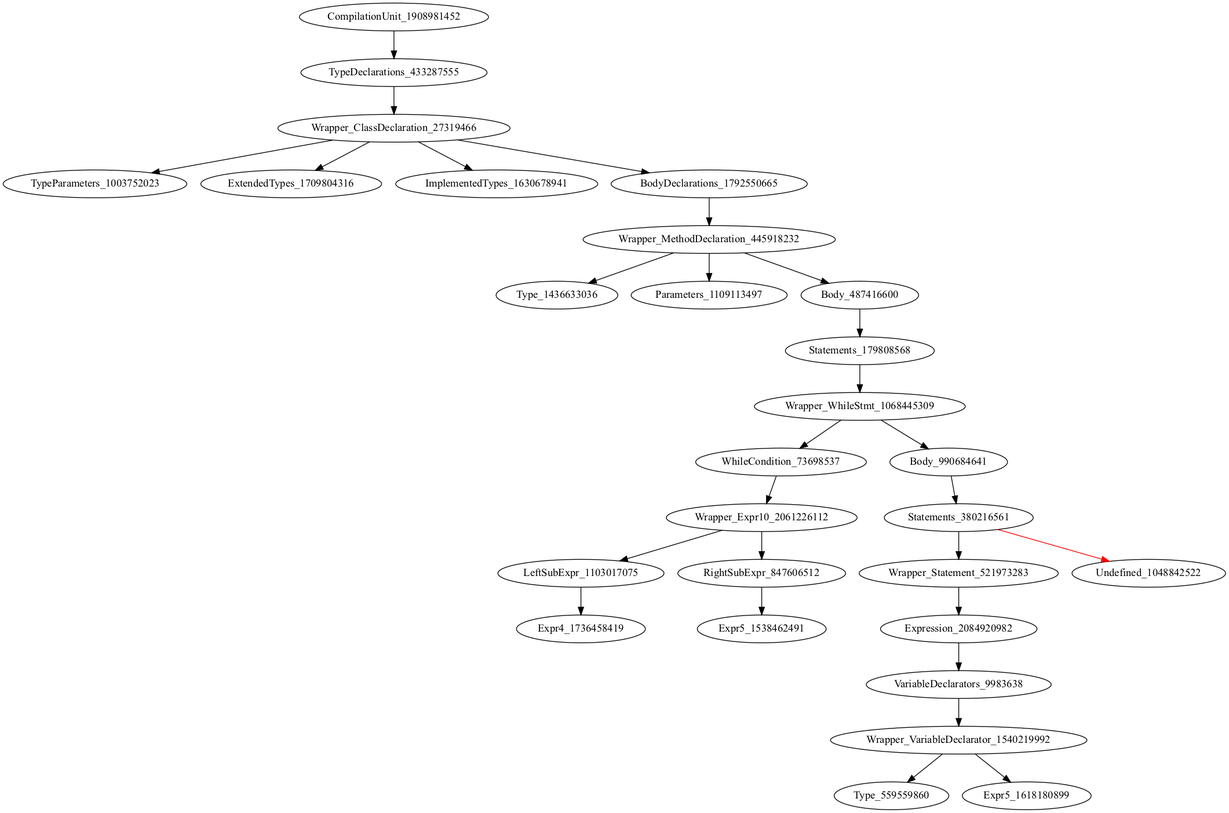
The Graphviz diagram holeAST.png in icse2023material/VoiceJava, before a commit. Its source is kept beside it as holeAST.dot.
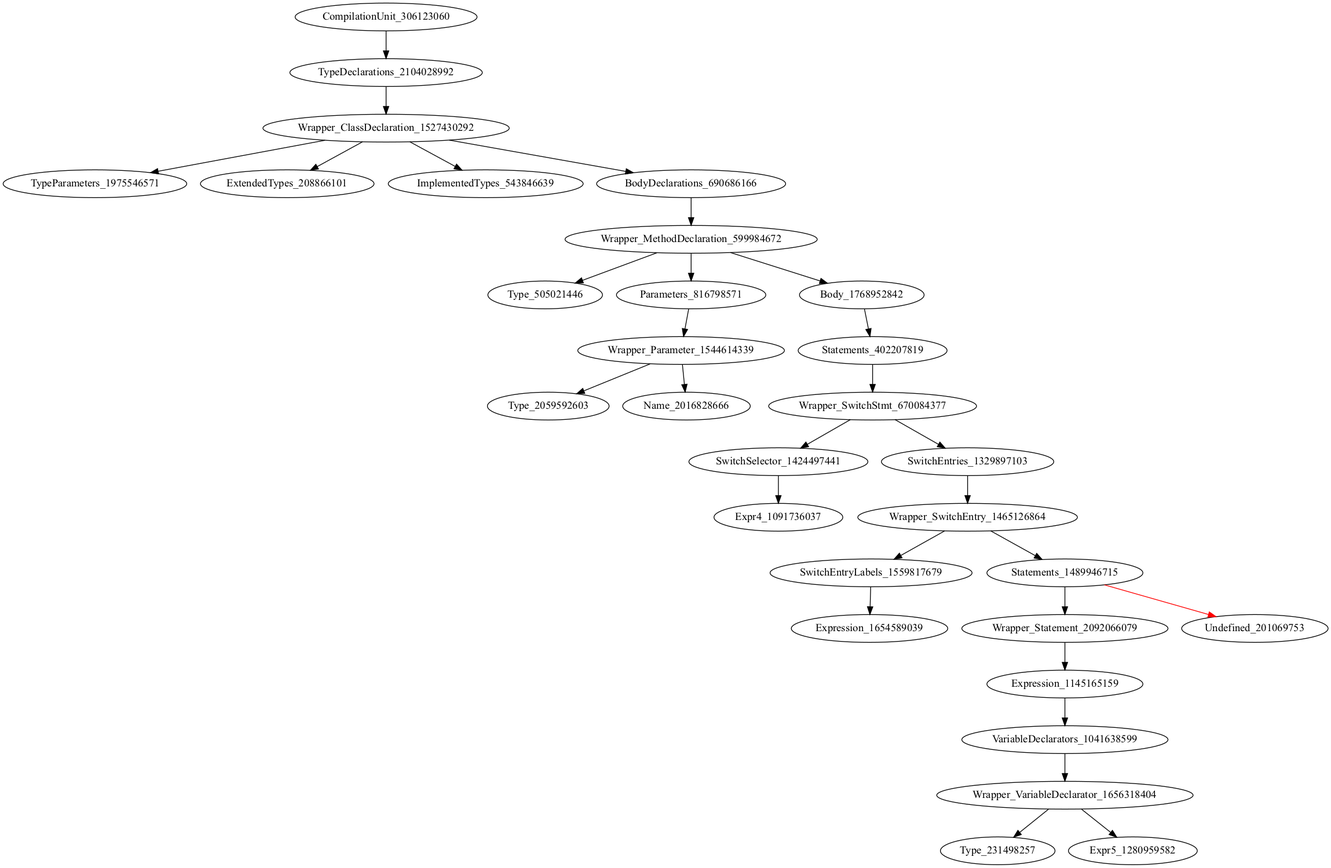
Above is the later version.

Commit message:
[fix] SwitchEntry support define local variables

Diff of the diagram source:
```diff
@@ -1,29 +1,31 @@
 digraph {
-CompilationUnit_1908981452 -> TypeDeclarations_433287555
-TypeDeclarations_433287555 -> Wrapper_ClassDeclaration_27319466
-Wrapper_ClassDeclaration_27319466 -> TypeParameters_1003752023
-Wrapper_ClassDeclaration_27319466 -> ExtendedTypes_1709804316
-Wrapper_ClassDeclaration_27319466 -> ImplementedTypes_1630678941
-Wrapper_ClassDeclaration_27319466 -> BodyDeclarations_1792550665
-BodyDeclarations_1792550665 -> Wrapper_MethodDeclaration_445918232
-Wrapper_MethodDeclaration_445918232 -> Type_1436633036
-Wrapper_MethodDeclaration_445918232 -> Parameters_1109113497
-Wrapper_MethodDeclaration_445918232 -> Body_487416600
-Body_487416600 -> Statements_179808568
-Statements_179808568 -> Wrapper_WhileStmt_1068445309
-Wrapper_WhileStmt_1068445309 -> WhileCondition_73698537
-Wrapper_WhileStmt_1068445309 -> Body_990684641
-WhileCondition_73698537 -> Wrapper_Expr10_2061226112
-Body_990684641 -> Statements_380216561
-Wrapper_Expr10_2061226112 -> LeftSubExpr_1103017075
-Wrapper_Expr10_2061226112 -> RightSubExpr_847606512
-Statements_380216561 -> Wrapper_Statement_521973283
-Statements_380216561 -> Undefined_1048842522 [color = red]
-LeftSubExpr_1103017075 -> Expr4_1736458419
-RightSubExpr_847606512 -> Expr5_1538462491
-Wrapper_Statement_521973283 -> Expression_2084920982
-Expression_2084920982 -> VariableDeclarators_9983638
-VariableDeclarators_9983638 -> Wrapper_VariableDeclarator_1540219992
-Wrapper_VariableDeclarator_1540219992 -> Type_559559860
-Wrapper_VariableDeclarator_1540219992 -> Expr5_1618180899
+CompilationUnit_306123060 -> TypeDeclarations_2104028992
+TypeDeclarations_2104028992 -> Wrapper_ClassDeclaration_1527430292
+Wrapper_ClassDeclaration_1527430292 -> TypeParameters_1975546571
+Wrapper_ClassDeclaration_1527430292 -> ExtendedTypes_208866101
+Wrapper_ClassDeclaration_1527430292 -> ImplementedTypes_543846639
+Wrapper_ClassDeclaration_1527430292 -> BodyDeclarations_690686166
+BodyDeclarations_690686166 -> Wrapper_MethodDeclaration_599984672
+Wrapper_MethodDeclaration_599984672 -> Type_505021446
+Wrapper_MethodDeclaration_599984672 -> Parameters_816798571
+Wrapper_MethodDeclaration_599984672 -> Body_1768952842
+Parameters_816798571 -> Wrapper_Parameter_1544614339
+Body_1768952842 -> Statements_402207819
+Wrapper_Parameter_1544614339 -> Type_2059592603
+Wrapper_Parameter_1544614339 -> Name_2016828666
+Statements_402207819 -> Wrapper_SwitchStmt_670084377
+Wrapper_SwitchStmt_670084377 -> SwitchSelector_1424497441
+Wrapper_SwitchStmt_670084377 -> SwitchEntries_1329897103
+SwitchSelector_1424497441 -> Expr4_1091736037
+SwitchEntries_1329897103 -> Wrapper_SwitchEntry_1465126864
+Wrapper_SwitchEntry_1465126864 -> SwitchEntryLabels_1559817679
+Wrapper_SwitchEntry_1465126864 -> Statements_1489946715
+SwitchEntryLabels_1559817679 -> Expression_1654589039
+Statements_1489946715 -> Wrapper_Statement_2092066079
+Statements_1489946715 -> Undefined_201069753 [color = red]
+Wrapper_Statement_2092066079 -> Expression_1145165159
+Expression_1145165159 -> VariableDeclarators_1041638599
+VariableDeclarators_1041638599 -> Wrapper_VariableDeclarator_1656318404
+Wrapper_VariableDeclarator_1656318404 -> Type_231498257
+Wrapper_VariableDeclarator_1656318404 -> Expr5_1280959582
 }
```
